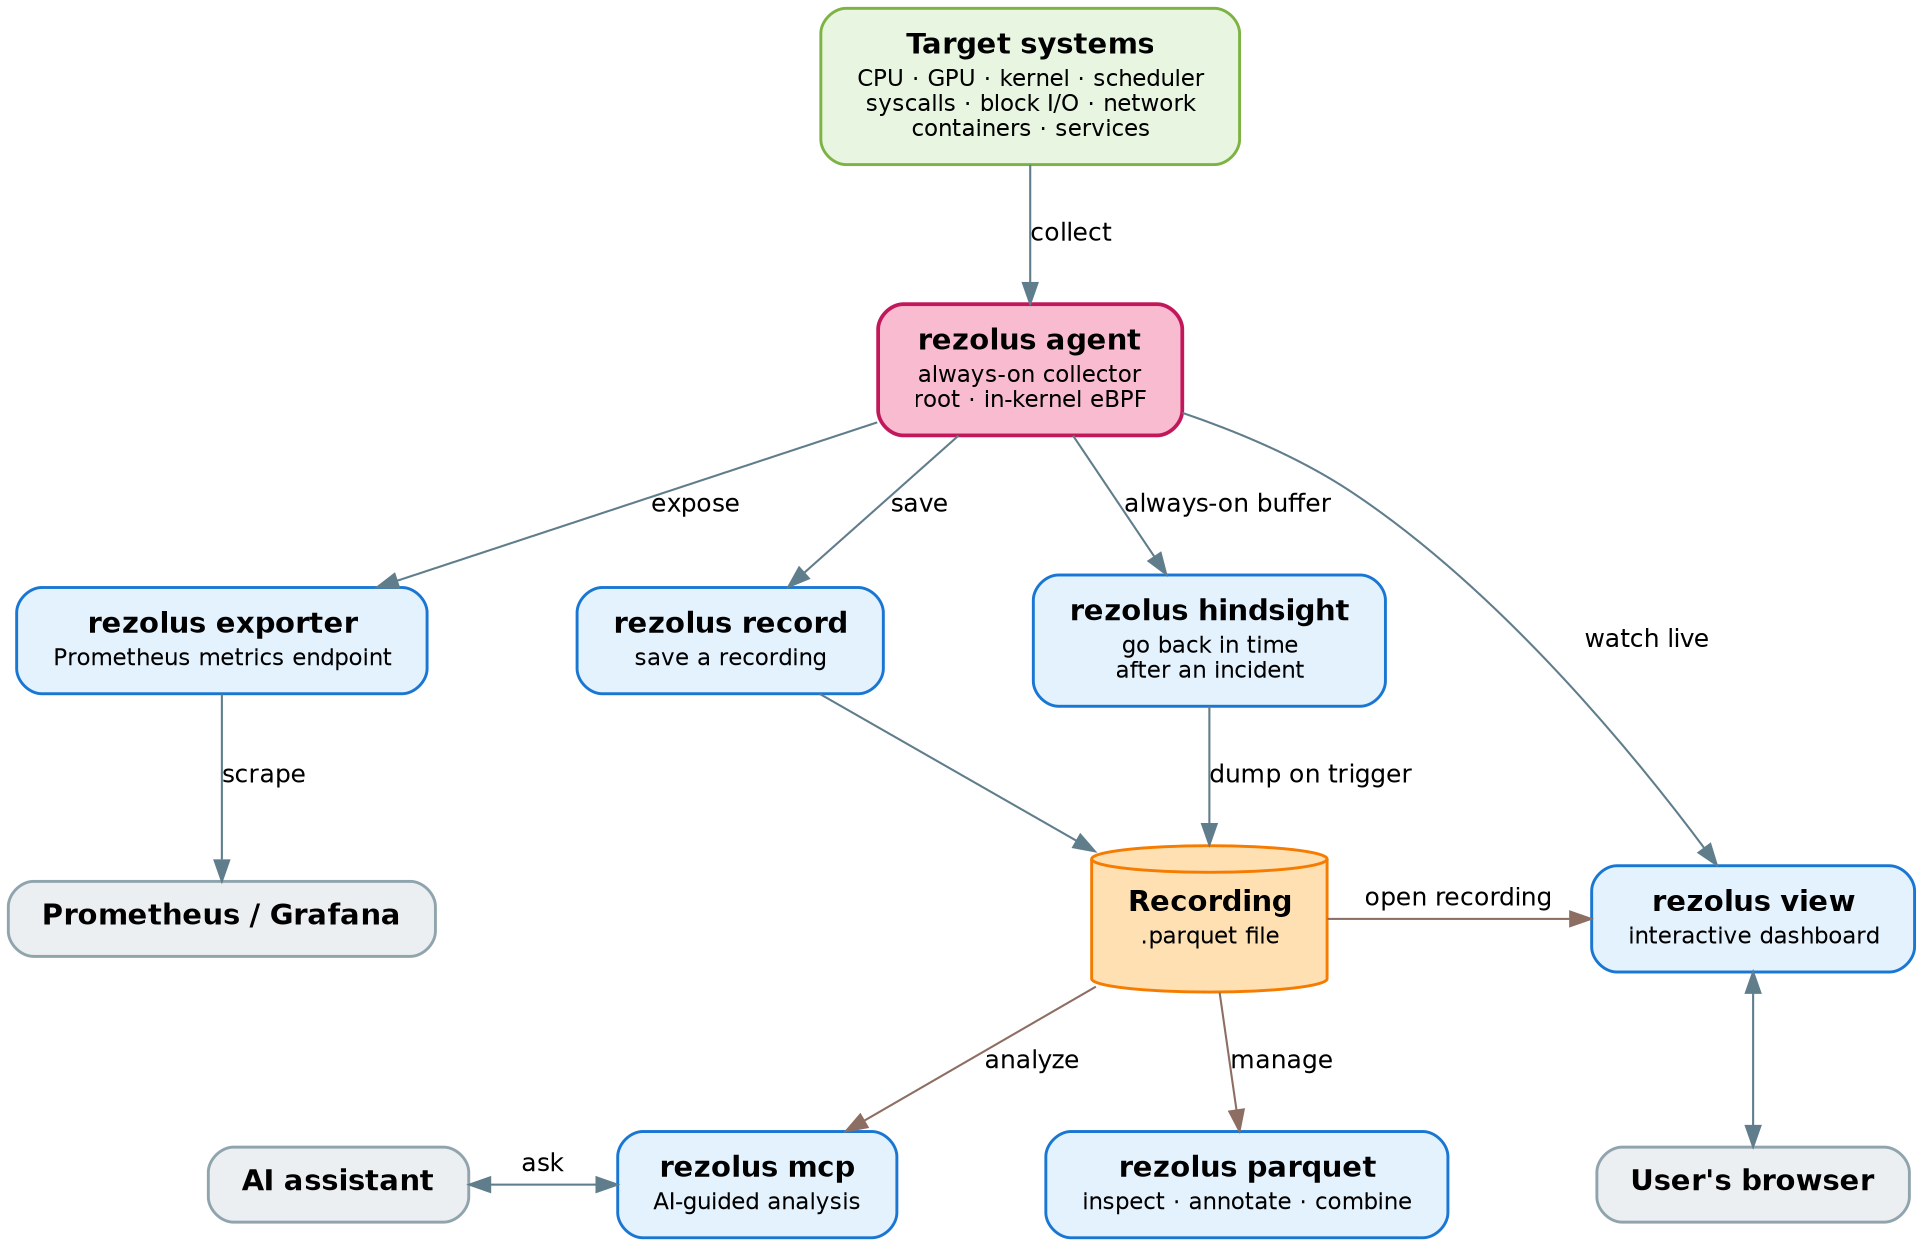
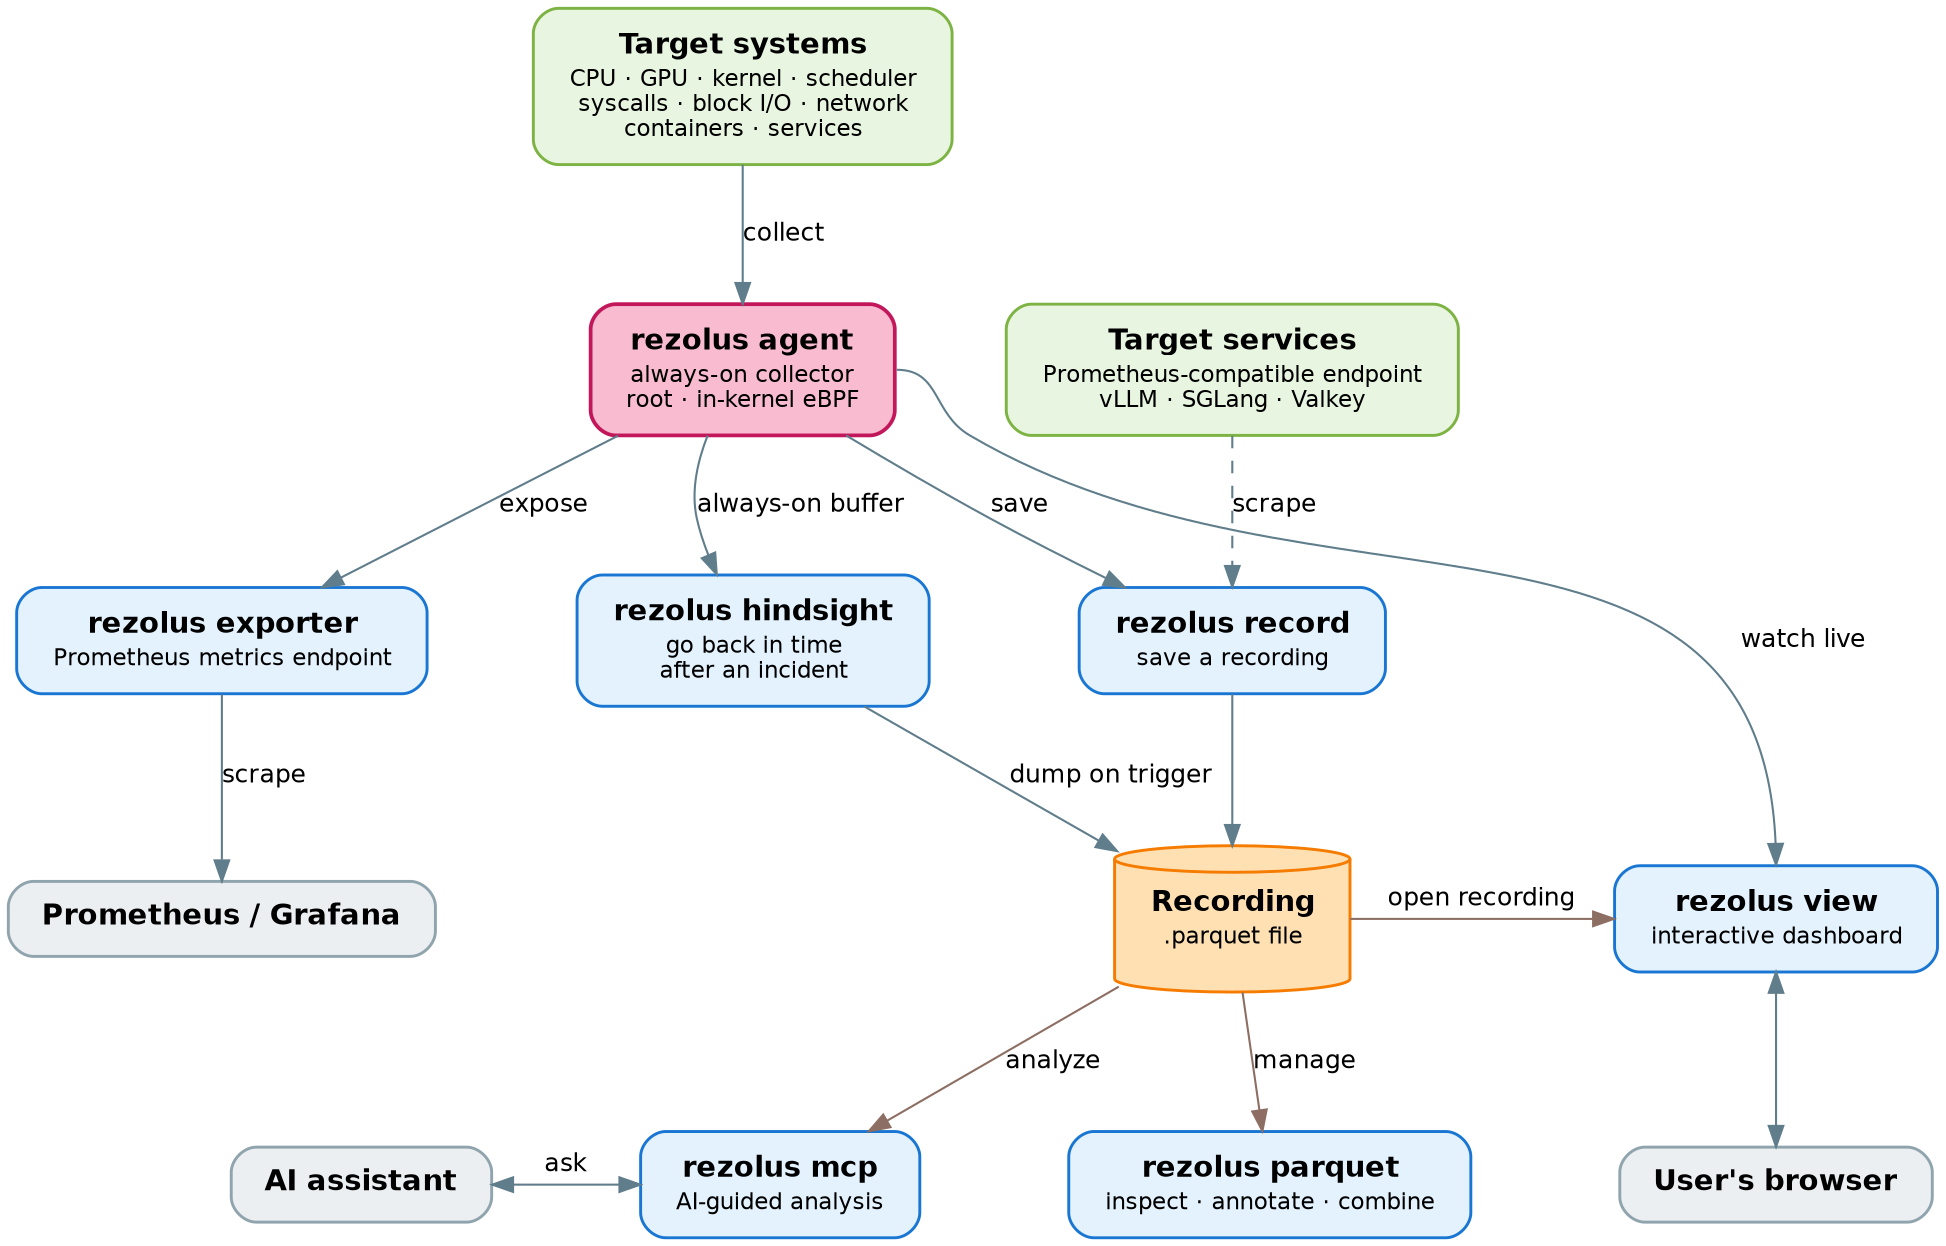
// Rezolus — what you can do with it (user's view)
//
// Render:  dot -Tsvg docs/architecture.dot -o docs/architecture.svg
//          dot -Tpng docs/architecture.dot -o docs/architecture.png
//
// Everything below is the one `rezolus` binary — you just pick the
// subcommand for the job. Arrows read as "what you do next".
//
// Labels use small HTML tables so the text centers (plain <br/> labels
// left-align in some Graphviz builds).

digraph rezolus {
  rankdir=TB;
  fontname="Helvetica";
  nodesep=0.5;
  ranksep=0.75;
  bgcolor="white";

  node [fontname="Helvetica", fontsize=14, shape=box, style="rounded,filled", penwidth=1.4, margin="0.22,0.14"];
  edge [fontname="Helvetica", fontsize=12, color="#607d8b"];

  // ---- What you're watching --------------------------------------------
  system [fillcolor="#e8f5e0", color="#7cb342", label=<
    <table border="0" cellborder="0" cellspacing="0" cellpadding="1">
      <tr><td align="center"><b>Target systems</b></td></tr>
      <tr><td align="center" balign="center"><font point-size="11">CPU · GPU · kernel · scheduler<br/>syscalls · block I/O · network<br/>containers · services</font></td></tr>
    </table>>];

+   // ---- A service that exposes its own metrics (scraped straight into
+   //      record, bypassing the agent) --------------------------------
+   service [fillcolor="#e8f5e0", color="#7cb342", group="gRecord", label=<
+     <table border="0" cellborder="0" cellspacing="0" cellpadding="1">
+       <tr><td align="center"><b>Target services</b></td></tr>
+       <tr><td align="center" balign="center"><font point-size="11">Prometheus-compatible endpoint<br/>vLLM · SGLang · Valkey</font></td></tr>
+     </table>>];
+ 
  // ---- The always-on collector (pink: runs as root, eBPF in kernel) -----
  agent [fillcolor="#f8bbd0", color="#c2185b", penwidth=1.8, label=<
    <table border="0" cellborder="0" cellspacing="0" cellpadding="1">
      <tr><td align="center"><b>rezolus agent</b></td></tr>
      <tr><td align="center" balign="center"><font point-size="11">always-on collector<br/>root · in-kernel eBPF</font></td></tr>
    </table>>];

  // ---- Live: stream and watch ------------------------------------------
  exporter [fillcolor="#e3f2fd", color="#1976d2", group="gExp", label=<
    <table border="0" cellborder="0" cellspacing="0" cellpadding="1">
      <tr><td align="center"><b>rezolus exporter</b></td></tr>
      <tr><td align="center"><font point-size="11">Prometheus metrics endpoint</font></td></tr>
    </table>>];
  view [fillcolor="#e3f2fd", color="#1976d2", group="gView", label=<
    <table border="0" cellborder="0" cellspacing="0" cellpadding="1">
      <tr><td align="center"><b>rezolus view</b></td></tr>
      <tr><td align="center"><font point-size="11">interactive dashboard</font></td></tr>
    </table>>];

  // ---- Capture to a file -----------------------------------------------
-   record [fillcolor="#e3f2fd", color="#1976d2", label=<
+   record [fillcolor="#e3f2fd", color="#1976d2", group="gRecord", label=<
    <table border="0" cellborder="0" cellspacing="0" cellpadding="1">
      <tr><td align="center"><b>rezolus record</b></td></tr>
      <tr><td align="center"><font point-size="11">save a recording</font></td></tr>
    </table>>];
  hindsight [fillcolor="#e3f2fd", color="#1976d2", group="gRec", label=<
    <table border="0" cellborder="0" cellspacing="0" cellpadding="1">
      <tr><td align="center"><b>rezolus hindsight</b></td></tr>
      <tr><td align="center" balign="center"><font point-size="11">go back in time<br/>after an incident</font></td></tr>
    </table>>];

  // ---- Work with recordings --------------------------------------------
  mcp [fillcolor="#e3f2fd", color="#1976d2", label=<
    <table border="0" cellborder="0" cellspacing="0" cellpadding="1">
      <tr><td align="center"><b>rezolus mcp</b></td></tr>
      <tr><td align="center"><font point-size="11">AI-guided analysis</font></td></tr>
    </table>>];
  pqtools [fillcolor="#e3f2fd", color="#1976d2", label=<
    <table border="0" cellborder="0" cellspacing="0" cellpadding="1">
      <tr><td align="center"><b>rezolus parquet</b></td></tr>
      <tr><td align="center"><font point-size="11">inspect · annotate · combine</font></td></tr>
    </table>>];

  // ---- The recording artifact ------------------------------------------
-   recording [shape=cylinder, fillcolor="#ffe0b2", color="#f57c00", group="gRec", label=<
+   recording [shape=cylinder, fillcolor="#ffe0b2", color="#f57c00", group="gRecord", label=<
    <table border="0" cellborder="0" cellspacing="0" cellpadding="1">
      <tr><td align="center"><b>Recording</b></td></tr>
      <tr><td align="center"><font point-size="11">.parquet file</font></td></tr>
    </table>>];

  // ---- Where the value lands -------------------------------------------
  grafana [label=<<b>Prometheus / Grafana</b>>, fillcolor="#eceff1", color="#90a4ae", group="gExp"];
  browser [label=<<b>User's browser</b>>,        fillcolor="#eceff1", color="#90a4ae", group="gView"];
  llm     [label=<<b>AI assistant</b>>,           fillcolor="#eceff1", color="#90a4ae"];

  // ---- Layout: rows keep the picture compact; invisible edges pin the
  //      left-to-right order within each row --------------------------
  // Row 1: the expose/capture subcommands.
-   {rank=same; exporter; record; hindsight; exporter -> record -> hindsight [style=invis];}
+   {rank=same; exporter; hindsight; record; exporter -> hindsight -> record [style=invis];}
  // Row 2: the recording and its artifacts; view sits on the far right,
  // right next to the recording it opens, so 'open recording' is a clean
  // horizontal edge.
  {rank=same; grafana; recording; view; grafana -> recording -> view [style=invis];}
  // mcp and parquet sit side by side directly under the recording, with
  // the AI assistant to the left of mcp.
  {rank=same; llm; mcp; pqtools; browser; llm -> mcp -> pqtools -> browser [style=invis];}

  // ---- Collect ----------------------------------------------------------
  system -> agent [label="collect"];
+   // A target service can be scraped straight into record, without the agent.
+   // Keep 'service' on the agent's level; the gRecord group keeps it directly
+   // above 'record' (rightmost command) for a short, clean scrape edge.
+   {rank=same; agent; service;}
+   service -> record [label="scrape", style=dashed];

  // ---- Live from the agent ---------------------------------------------
  agent -> exporter  [label="expose"];
-   agent -> view      [label="watch live"];
+   agent:e -> view:n  [label="watch live"];
  agent -> record    [label="save"];
  agent -> hindsight [label="always-on buffer"];

  exporter -> grafana [label="scrape", weight=10];

  // ---- Produce a recording ---------------------------------------------
  record    -> recording;
  hindsight -> recording [label="dump on trigger", weight=10];

  // ---- Open a recording in the viewer. view shares the recording's row,
  //      so this is a straight horizontal edge (no back-edge, no crossing).
  recording -> view [label="open recording", color="#8d6e63", constraint=false];

  // ---- Analyze / manage a recording ------------------------------------
  recording -> mcp     [label="analyze", color="#8d6e63"];
  recording -> pqtools [label="manage",  color="#8d6e63"];

  // ---- Outcomes ---------------------------------------------------------
  view -> browser [dir=both, weight=10];
  llm  -> mcp     [label="ask", dir=both, constraint=false];
}
